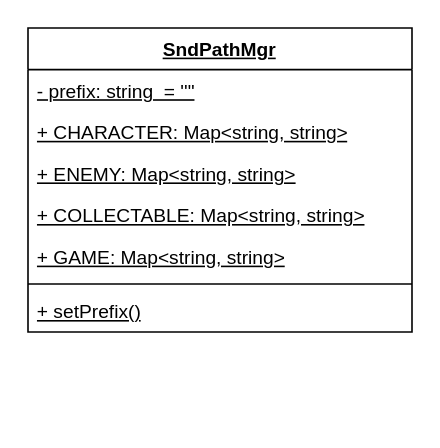
elma1989/el-pollo-loco keeps this draw.io diagram as docs/issue/145-diagram.drawio. Above is the earlier version. Source tidied: cells renumbered, new cells numbered last; positions are measured from the earlier drawing's top-left corner, leaving out a move shared by most shapes. Both pictures are drawn from the tidied source at 160%, with x=0, y=0 at pixel (27, 27).
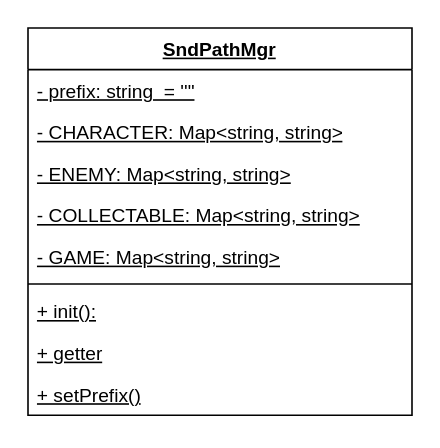
The same page after the edit.

Commit message (it also covers changes not shown here):
doc: Updated classes.drawio - Updated SoundPathManger to current state

What changed in the source:
```diff
@@
 <mxGraphModel>
   <root>
     <mxCell id="0" />
     <mxCell id="1" parent="0" />
     <mxCell id="2" value="SndPathMgr" style="swimlane;fontStyle=5;align=center;verticalAlign=top;horizontal=1;startSize=26;whiteSpace=wrap;html=1;" parent="1" vertex="1">
-      <mxGeometry width="240" height="190" as="geometry" />
+      <mxGeometry width="240" height="242" as="geometry" />
     </mxCell>
     <mxCell id="3" value="- prefix: string&amp;nbsp; = ''&quot;" style="text;strokeColor=none;fillColor=none;align=left;verticalAlign=top;spacingLeft=4;spacingRight=4;overflow=hidden;whiteSpace=wrap;html=1;fontStyle=4;" parent="2" vertex="1">
       <mxGeometry y="26" width="240" height="26" as="geometry" />
     </mxCell>
-    <mxCell id="4" value="+ CHARACTER: Map&amp;lt;string, string&amp;gt;" style="text;strokeColor=none;fillColor=none;align=left;verticalAlign=top;spacingLeft=4;spacingRight=4;overflow=hidden;whiteSpace=wrap;html=1;fontStyle=4;" parent="2" vertex="1">
+    <mxCell id="4" value="- CHARACTER: Map&amp;lt;string, string&amp;gt;" style="text;strokeColor=none;fillColor=none;align=left;verticalAlign=top;spacingLeft=4;spacingRight=4;overflow=hidden;whiteSpace=wrap;html=1;fontStyle=4;" parent="2" vertex="1">
       <mxGeometry y="52" width="240" height="26" as="geometry" />
     </mxCell>
-    <mxCell id="5" value="+ ENEMY: Map&amp;lt;string, string&amp;gt;" style="text;strokeColor=none;fillColor=none;align=left;verticalAlign=top;spacingLeft=4;spacingRight=4;overflow=hidden;whiteSpace=wrap;html=1;fontStyle=4;" parent="2" vertex="1">
+    <mxCell id="5" value="- ENEMY: Map&amp;lt;string, string&amp;gt;" style="text;strokeColor=none;fillColor=none;align=left;verticalAlign=top;spacingLeft=4;spacingRight=4;overflow=hidden;whiteSpace=wrap;html=1;fontStyle=4;" parent="2" vertex="1">
       <mxGeometry y="78" width="240" height="26" as="geometry" />
     </mxCell>
-    <mxCell id="6" value="+ COLLECTABLE: Map&amp;lt;string, string&amp;gt;" style="text;strokeColor=none;fillColor=none;align=left;verticalAlign=top;spacingLeft=4;spacingRight=4;overflow=hidden;whiteSpace=wrap;html=1;fontStyle=4;" parent="2" vertex="1">
+    <mxCell id="6" value="- COLLECTABLE: Map&amp;lt;string, string&amp;gt;" style="text;strokeColor=none;fillColor=none;align=left;verticalAlign=top;spacingLeft=4;spacingRight=4;overflow=hidden;whiteSpace=wrap;html=1;fontStyle=4;" parent="2" vertex="1">
       <mxGeometry y="104" width="240" height="26" as="geometry" />
     </mxCell>
-    <mxCell id="7" value="+ GAME: Map&amp;lt;string, string&amp;gt;" style="text;strokeColor=none;fillColor=none;align=left;verticalAlign=top;spacingLeft=4;spacingRight=4;overflow=hidden;whiteSpace=wrap;html=1;fontStyle=4;" parent="2" vertex="1">
+    <mxCell id="7" value="- GAME: Map&amp;lt;string, string&amp;gt;" style="text;strokeColor=none;fillColor=none;align=left;verticalAlign=top;spacingLeft=4;spacingRight=4;overflow=hidden;whiteSpace=wrap;html=1;fontStyle=4;" parent="2" vertex="1">
       <mxGeometry y="130" width="240" height="26" as="geometry" />
     </mxCell>
     <mxCell id="8" style="line;strokeWidth=1;fillColor=none;align=left;verticalAlign=middle;spacingTop=-1;spacingLeft=3;spacingRight=3;labelPosition=right;strokeColor=inherit;" parent="2" vertex="1">
       <mxGeometry y="156" width="240" height="8" as="geometry" />
     </mxCell>
+    <mxCell id="10" value="+ init():" style="text;strokeColor=none;fillColor=none;align=left;verticalAlign=top;spacingLeft=4;spacingRight=4;overflow=hidden;whiteSpace=wrap;html=1;fontStyle=4;" parent="2" vertex="1">
+      <mxGeometry y="164" width="240" height="26" as="geometry" />
+    </mxCell>
+    <mxCell id="11" value="+ getter" style="text;strokeColor=none;fillColor=none;align=left;verticalAlign=top;spacingLeft=4;spacingRight=4;overflow=hidden;whiteSpace=wrap;html=1;fontStyle=4;" parent="2" vertex="1">
+      <mxGeometry y="190" width="240" height="26" as="geometry" />
+    </mxCell>
     <mxCell id="9" value="+ setPrefix()" style="text;strokeColor=none;fillColor=none;align=left;verticalAlign=top;spacingLeft=4;spacingRight=4;overflow=hidden;whiteSpace=wrap;html=1;fontStyle=4;" parent="2" vertex="1">
-      <mxGeometry y="164" width="240" height="26" as="geometry" />
+      <mxGeometry y="216" width="240" height="26" as="geometry" />
     </mxCell>
   </root>
 </mxGraphModel>
```
